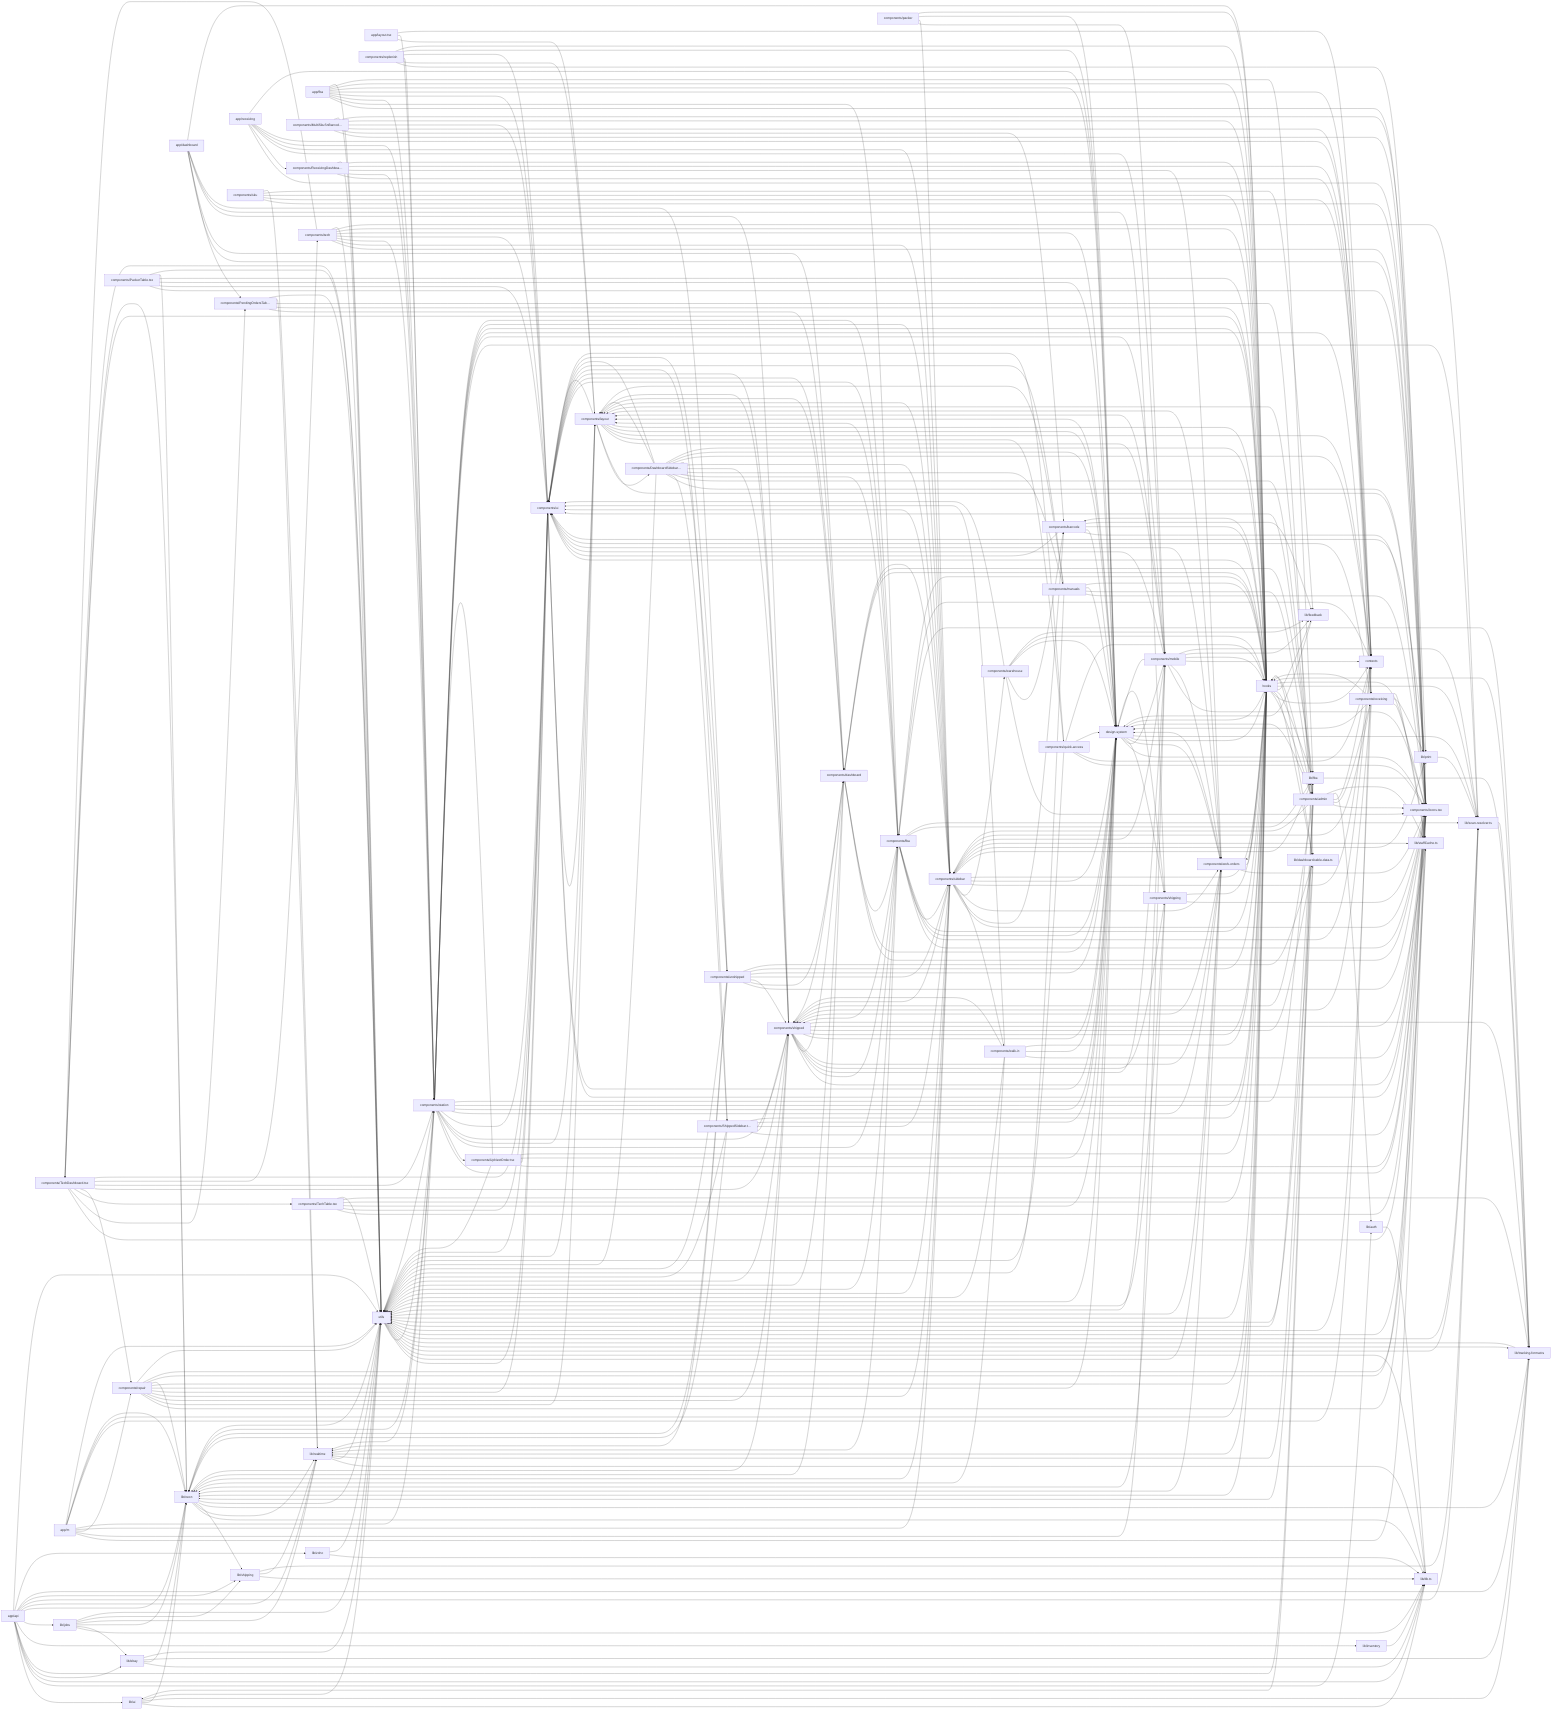
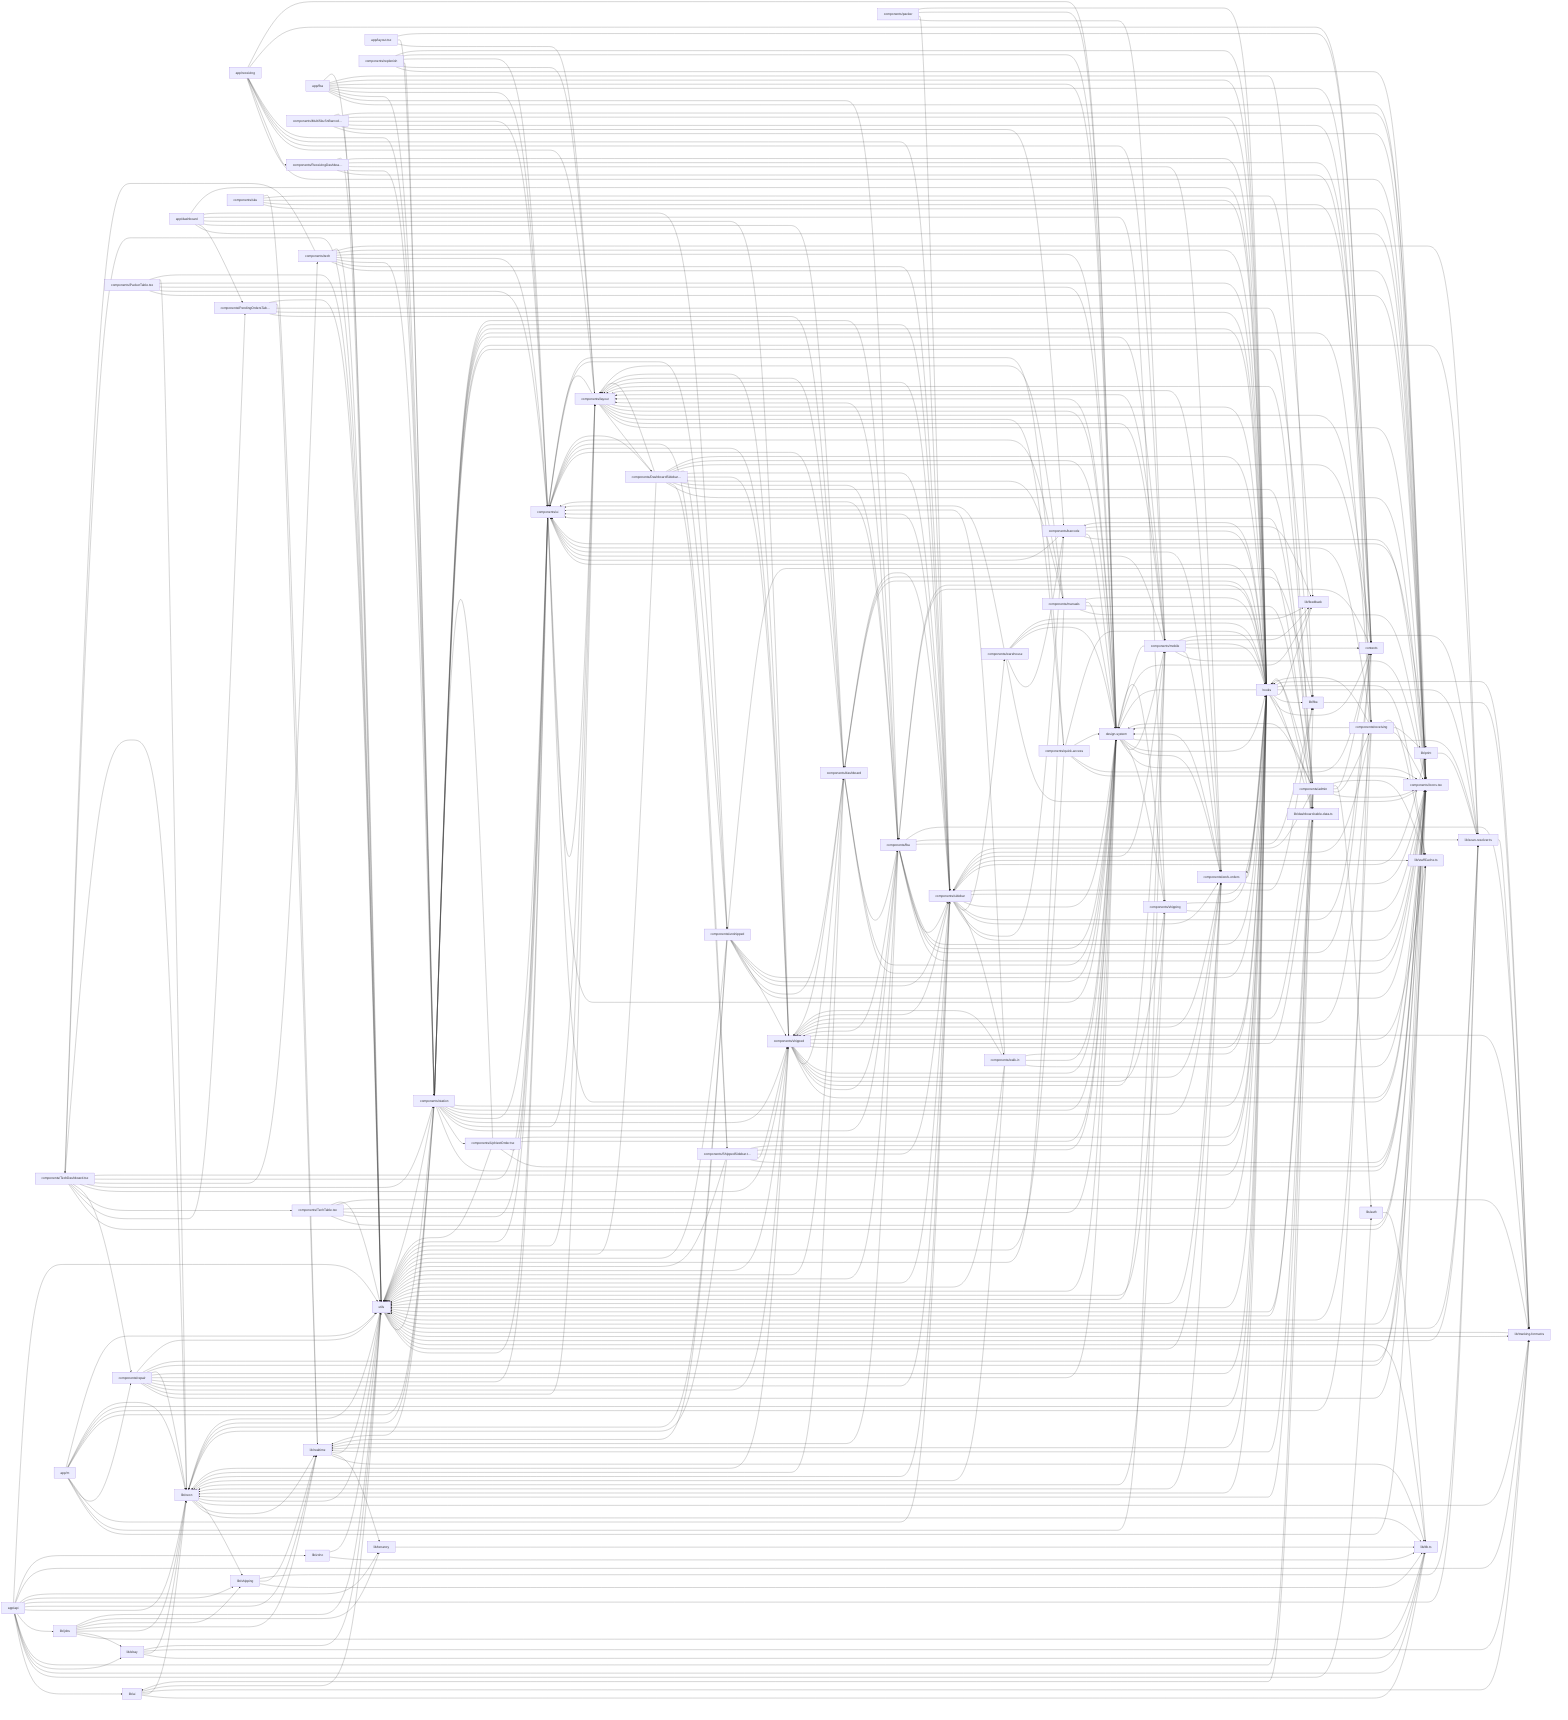
flowchart LR
  app_api["app/api"]
  click app_api "src/app/api/scan-tracking/route.ts" "Open src/app/api/scan-tracking/route.ts"
  hooks["hooks"]
  click hooks "src/hooks/useShippedTableData.ts" "Open src/hooks/useShippedTableData.ts"
  utils["utils"]
  click utils "src/utils/receiving-search-history.ts" "Open src/utils/receiving-search-history.ts"
  components_Icons_tsx["components/Icons.tsx"]
  click components_Icons_tsx "src/components/Icons.tsx" "Open src/components/Icons.tsx"
  design_system["design-system"]
  click design_system "src/design-system/index.ts" "Open src/design-system/index.ts"
  components_sidebar["components/sidebar"]
  click components_sidebar "src/components/sidebar/DeviceModeToggle.tsx" "Open src/components/sidebar/DeviceModeToggle.tsx"
  components_ui["components/ui"]
  click components_ui "src/components/ui/DeleteButton.tsx" "Open src/components/ui/DeleteButton.tsx"
+   components_layout["components/layout"]
+   click components_layout "src/components/layout/OfflineBanner.tsx" "Open src/components/layout/OfflineBanner.tsx"
  lib_db_ts["lib/db.ts"]
  click lib_db_ts "src/lib/db.ts" "Open src/lib/db.ts"
-   components_layout["components/layout"]
-   click components_layout "src/components/layout/OfflineBanner.tsx" "Open src/components/layout/OfflineBanner.tsx"
  components_shipped["components/shipped"]
  click components_shipped "src/components/shipped/DateGroupHeader.tsx" "Open src/components/shipped/DateGroupHeader.tsx"
  lib_neon["lib/neon"]
  click lib_neon "src/lib/neon/serial-units-queries.ts" "Open src/lib/neon/serial-units-queries.ts"
  components_station["components/station"]
  click components_station "src/components/station/BarcodeScanner.tsx" "Open src/components/station/BarcodeScanner.tsx"
  contexts["contexts"]
  click contexts "src/contexts/HeaderContext.tsx" "Open src/contexts/HeaderContext.tsx"
  components_admin["components/admin"]
  click components_admin "src/components/admin/AccessSidebarPanel.tsx" "Open src/components/admin/AccessSidebarPanel.tsx"
  components_fba["components/fba"]
  click components_fba "src/components/fba/FbaShippedTable.tsx" "Open src/components/fba/FbaShippedTable.tsx"
  components_work_orders["components/work-orders"]
  click components_work_orders "src/components/work-orders/WorkOrderInfoStrip.tsx" "Open src/components/work-orders/WorkOrderInfoStrip.tsx"
  components_mobile["components/mobile"]
  click components_mobile "src/components/mobile/ScanSurface.tsx" "Open src/components/mobile/ScanSurface.tsx"
  lib_realtime["lib/realtime"]
  click lib_realtime "src/lib/realtime/db-events.ts" "Open src/lib/realtime/db-events.ts"
  components_receiving["components/receiving"]
  click components_receiving "src/components/receiving/Mode2Unboxing.tsx" "Open src/components/receiving/Mode2Unboxing.tsx"
  components_DashboardSidebar_tsx["components/DashboardSidebar…"]
  click components_DashboardSidebar_tsx "src/components/DashboardSidebar.tsx" "Open src/components/DashboardSidebar.tsx"
  components_repair["components/repair"]
  click components_repair "src/components/repair/SignaturePad.tsx" "Open src/components/repair/SignaturePad.tsx"
  components_dashboard["components/dashboard"]
  click components_dashboard "src/components/dashboard/StockZohoOrdersTable.tsx" "Open src/components/dashboard/StockZohoOrdersTable.tsx"
  lib_scan_resolver_ts["lib/scan-resolver.ts"]
  click lib_scan_resolver_ts "src/lib/scan-resolver.ts" "Open src/lib/scan-resolver.ts"
  lib_tracking_format_ts["lib/tracking-format.ts"]
  click lib_tracking_format_ts "src/lib/tracking-format.ts" "Open src/lib/tracking-format.ts"
  components_TechDashboard_tsx["components/TechDashboard.tsx"]
  click components_TechDashboard_tsx "src/components/TechDashboard.tsx" "Open src/components/TechDashboard.tsx"
  components_unshipped["components/unshipped"]
  click components_unshipped "src/components/unshipped/UnshippedTable.tsx" "Open src/components/unshipped/UnshippedTable.tsx"
  lib_auth["lib/auth"]
  click lib_auth "src/lib/auth/permission-registry.ts" "Open src/lib/auth/permission-registry.ts"
+   lib_jobs["lib/jobs"]
+   click lib_jobs "src/lib/jobs/ebay-sync.ts" "Open src/lib/jobs/ebay-sync.ts"
  components_tech["components/tech"]
  click components_tech "src/components/tech/UpNextActionDock.tsx" "Open src/components/tech/UpNextActionDock.tsx"
-   lib_jobs["lib/jobs"]
-   click lib_jobs "src/lib/jobs/ebay-sync.ts" "Open src/lib/jobs/ebay-sync.ts"
  components_walk_in["components/walk-in"]
  click components_walk_in "src/components/walk-in/SalesDetailsPanel.tsx" "Open src/components/walk-in/SalesDetailsPanel.tsx"
  components_manuals["components/manuals"]
  click components_manuals "src/components/manuals/ManualsLibrarySidebar.tsx" "Open src/components/manuals/ManualsLibrarySidebar.tsx"
  lib_print["lib/print"]
  click lib_print "src/lib/print/printRepairLabel.ts" "Open src/lib/print/printRepairLabel.ts"
  app_fba["app/fba"]
  click app_fba "src/app/fba/page.tsx" "Open src/app/fba/page.tsx"
  app_m["app/m"]
  click app_m "src/app/m/enroll/[token]/page.tsx" "Open src/app/m/enroll/[token]/page.tsx"
  components_ShippedSidebar_tsx["components/ShippedSidebar.t…"]
  click components_ShippedSidebar_tsx "src/components/ShippedSidebar.tsx" "Open src/components/ShippedSidebar.tsx"
  components_quick_access["components/quick-access"]
  click components_quick_access "src/components/quick-access/RecentSection.tsx" "Open src/components/quick-access/RecentSection.tsx"
  components_warehouse["components/warehouse"]
  click components_warehouse "src/components/warehouse/FillBar.tsx" "Open src/components/warehouse/FillBar.tsx"
  components_barcode["components/barcode"]
  click components_barcode "src/components/barcode/SkuInput.tsx" "Open src/components/barcode/SkuInput.tsx"
+   lib_tenancy["lib/tenancy"]
+   click lib_tenancy "src/lib/tenancy/db.test.ts" "Open src/lib/tenancy/db.test.ts"
  lib_ai["lib/ai"]
  click lib_ai "src/lib/ai/date-range.test.ts" "Open src/lib/ai/date-range.test.ts"
  lib_fba["lib/fba"]
  click lib_fba "src/lib/fba/board-item.ts" "Open src/lib/fba/board-item.ts"
+   app_receiving["app/receiving"]
+   click app_receiving "src/app/receiving/page.tsx" "Open src/app/receiving/page.tsx"
  components_PendingOrdersTable_tsx["components/PendingOrdersTab…"]
  click components_PendingOrdersTable_tsx "src/components/PendingOrdersTable.tsx" "Open src/components/PendingOrdersTable.tsx"
  components_shipping["components/shipping"]
  click components_shipping "src/components/shipping/StaffButtonGrid.tsx" "Open src/components/shipping/StaffButtonGrid.tsx"
  lib_dashboard_table_data_ts["lib/dashboard-table-data.ts"]
  click lib_dashboard_table_data_ts "src/lib/dashboard-table-data.ts" "Open src/lib/dashboard-table-data.ts"
  lib_shipping["lib/shipping"]
  click lib_shipping "src/lib/shipping/repository.ts" "Open src/lib/shipping/repository.ts"
  app_layout_tsx["app/layout.tsx"]
  click app_layout_tsx "src/app/layout.tsx" "Open src/app/layout.tsx"
  app_dashboard["app/dashboard"]
  click app_dashboard "src/app/dashboard/page.tsx" "Open src/app/dashboard/page.tsx"
-   app_receiving["app/receiving"]
-   click app_receiving "src/app/receiving/page.tsx" "Open src/app/receiving/page.tsx"
  components_MultiSkuSnBarcode_tsx["components/MultiSkuSnBarcod…"]
  click components_MultiSkuSnBarcode_tsx "src/components/MultiSkuSnBarcode.tsx" "Open src/components/MultiSkuSnBarcode.tsx"
  components_UpNextOrder_tsx["components/UpNextOrder.tsx"]
  click components_UpNextOrder_tsx "src/components/UpNextOrder.tsx" "Open src/components/UpNextOrder.tsx"
  components_TechTable_tsx["components/TechTable.tsx"]
  click components_TechTable_tsx "src/components/TechTable.tsx" "Open src/components/TechTable.tsx"
  components_PackerTable_tsx["components/PackerTable.tsx"]
  click components_PackerTable_tsx "src/components/PackerTable.tsx" "Open src/components/PackerTable.tsx"
  components_ReceivingDashboard_tsx["components/ReceivingDashboa…"]
  click components_ReceivingDashboard_tsx "src/components/ReceivingDashboard.tsx" "Open src/components/ReceivingDashboard.tsx"
  components_replenish["components/replenish"]
  click components_replenish "src/components/replenish/ReplenishmentReceivingTab.tsx" "Open src/components/replenish/ReplenishmentReceivingTab.tsx"
  components_sku["components/sku"]
  click components_sku "src/components/sku/BinRowDetailsSheet.tsx" "Open src/components/sku/BinRowDetailsSheet.tsx"
  components_packer["components/packer"]
  click components_packer "src/components/packer/PackerPageContent.tsx" "Open src/components/packer/PackerPageContent.tsx"
  lib_staffCache_ts["lib/staffCache.ts"]
  click lib_staffCache_ts "src/lib/staffCache.ts" "Open src/lib/staffCache.ts"
  lib_zoho["lib/zoho"]
  click lib_zoho "src/lib/zoho/mock.ts" "Open src/lib/zoho/mock.ts"
  lib_ebay["lib/ebay"]
  click lib_ebay "src/lib/ebay/token-refresh.ts" "Open src/lib/ebay/token-refresh.ts"
  lib_feedback["lib/feedback"]
  click lib_feedback "src/lib/feedback/confirm.ts" "Open src/lib/feedback/confirm.ts"
-   lib_inventory["lib/inventory"]
-   click lib_inventory "src/lib/inventory/internal-gtin.ts" "Open src/lib/inventory/internal-gtin.ts"
  app_api --> lib_ai
  app_api --> lib_auth
  app_api --> lib_db_ts
  app_api --> lib_ebay
  app_api --> lib_fba
-   app_api --> lib_inventory
  app_api --> lib_jobs
  app_api --> lib_neon
  app_api --> lib_realtime
  app_api --> lib_scan_resolver_ts
  app_api --> lib_shipping
+   app_api --> lib_tenancy
  app_api --> lib_tracking_format_ts
  app_api --> lib_zoho
  app_api --> utils
  app_dashboard --> components_Icons_tsx
  app_dashboard --> components_PendingOrdersTable_tsx
  app_dashboard --> components_dashboard
  app_dashboard --> components_shipped
  app_dashboard --> components_shipping
  app_dashboard --> components_unshipped
  app_dashboard --> hooks
  app_fba --> components_Icons_tsx
  app_fba --> components_fba
  app_fba --> components_station
  app_fba --> components_ui
  app_fba --> contexts
  app_fba --> design_system
  app_fba --> hooks
  app_fba --> lib_fba
  app_fba --> utils
  app_layout_tsx --> components_layout
  app_layout_tsx --> components_station
  app_layout_tsx --> contexts
  app_m --> components_Icons_tsx
  app_m --> components_mobile
  app_m --> components_repair
  app_m --> components_sidebar
  app_m --> components_station
  app_m --> contexts
  app_m --> hooks
  app_m --> lib_neon
  app_m --> utils
  app_receiving --> components_Icons_tsx
  app_receiving --> components_ReceivingDashboard_tsx
+   app_receiving --> components_layout
  app_receiving --> components_mobile
  app_receiving --> components_sidebar
  app_receiving --> components_station
  app_receiving --> contexts
  app_receiving --> design_system
  components_DashboardSidebar_tsx --> components_Icons_tsx
  components_DashboardSidebar_tsx --> components_ShippedSidebar_tsx
  components_DashboardSidebar_tsx --> components_admin
  components_DashboardSidebar_tsx --> components_fba
  components_DashboardSidebar_tsx --> components_layout
  components_DashboardSidebar_tsx --> components_manuals
  components_DashboardSidebar_tsx --> components_shipped
  components_DashboardSidebar_tsx --> components_sidebar
  components_DashboardSidebar_tsx --> components_ui
  components_DashboardSidebar_tsx --> components_unshipped
  components_DashboardSidebar_tsx --> contexts
  components_DashboardSidebar_tsx --> design_system
  components_DashboardSidebar_tsx --> hooks
  components_DashboardSidebar_tsx --> utils
  components_MultiSkuSnBarcode_tsx --> components_Icons_tsx
  components_MultiSkuSnBarcode_tsx --> components_barcode
  components_MultiSkuSnBarcode_tsx --> components_receiving
  components_MultiSkuSnBarcode_tsx --> components_ui
  components_MultiSkuSnBarcode_tsx --> hooks
  components_MultiSkuSnBarcode_tsx --> lib_print
  components_MultiSkuSnBarcode_tsx --> utils
  components_PackerTable_tsx --> components_Icons_tsx
  components_PackerTable_tsx --> components_ui
  components_PackerTable_tsx --> design_system
  components_PackerTable_tsx --> hooks
  components_PackerTable_tsx --> lib_neon
  components_PackerTable_tsx --> utils
  components_PendingOrdersTable_tsx --> components_dashboard
  components_PendingOrdersTable_tsx --> hooks
  components_PendingOrdersTable_tsx --> lib_dashboard_table_data_ts
  components_PendingOrdersTable_tsx --> lib_realtime
  components_PendingOrdersTable_tsx --> utils
  components_ReceivingDashboard_tsx --> components_receiving
  components_ReceivingDashboard_tsx --> components_station
  components_ReceivingDashboard_tsx --> components_work_orders
  components_ReceivingDashboard_tsx --> contexts
  components_ReceivingDashboard_tsx --> hooks
  components_ReceivingDashboard_tsx --> utils
  components_ShippedSidebar_tsx --> components_Icons_tsx
  components_ShippedSidebar_tsx --> components_shipped
  components_ShippedSidebar_tsx --> components_sidebar
  components_ShippedSidebar_tsx --> components_ui
  components_ShippedSidebar_tsx --> design_system
  components_ShippedSidebar_tsx --> hooks
  components_ShippedSidebar_tsx --> lib_neon
  components_ShippedSidebar_tsx --> utils
  components_TechDashboard_tsx --> components_Icons_tsx
  components_TechDashboard_tsx --> components_PendingOrdersTable_tsx
  components_TechDashboard_tsx --> components_TechTable_tsx
  components_TechDashboard_tsx --> components_repair
  components_TechDashboard_tsx --> components_shipped
  components_TechDashboard_tsx --> components_station
  components_TechDashboard_tsx --> components_tech
  components_TechDashboard_tsx --> components_ui
  components_TechDashboard_tsx --> hooks
  components_TechDashboard_tsx --> lib_neon
  components_TechDashboard_tsx --> utils
  components_TechTable_tsx --> components_Icons_tsx
  components_TechTable_tsx --> components_ui
  components_TechTable_tsx --> design_system
  components_TechTable_tsx --> hooks
  components_TechTable_tsx --> lib_tracking_format_ts
  components_TechTable_tsx --> utils
  components_UpNextOrder_tsx --> components_Icons_tsx
  components_UpNextOrder_tsx --> components_station
  components_UpNextOrder_tsx --> components_ui
  components_UpNextOrder_tsx --> design_system
  components_UpNextOrder_tsx --> hooks
  components_UpNextOrder_tsx --> utils
  components_admin --> components_Icons_tsx
  components_admin --> components_layout
  components_admin --> components_receiving
  components_admin --> components_shipped
  components_admin --> components_sidebar
  components_admin --> components_ui
  components_admin --> contexts
  components_admin --> design_system
  components_admin --> hooks
  components_admin --> lib_ai
  components_admin --> lib_auth
  components_admin --> lib_realtime
  components_admin --> lib_staffCache_ts
  components_admin --> utils
  components_barcode --> components_Icons_tsx
  components_barcode --> components_ui
  components_barcode --> design_system
  components_barcode --> hooks
  components_barcode --> lib_feedback
  components_dashboard --> components_Icons_tsx
  components_dashboard --> components_fba
  components_dashboard --> components_layout
  components_dashboard --> components_shipped
  components_dashboard --> components_ui
  components_dashboard --> design_system
  components_dashboard --> hooks
  components_dashboard --> lib_fba
  components_dashboard --> lib_neon
  components_dashboard --> utils
  components_fba --> components_Icons_tsx
  components_fba --> components_layout
  components_fba --> components_shipped
  components_fba --> components_sidebar
  components_fba --> components_station
  components_fba --> components_ui
  components_fba --> contexts
  components_fba --> design_system
  components_fba --> hooks
  components_fba --> lib_fba
  components_fba --> lib_realtime
  components_fba --> lib_scan_resolver_ts
  components_fba --> lib_tracking_format_ts
  components_fba --> utils
  components_layout --> components_DashboardSidebar_tsx
  components_layout --> components_Icons_tsx
  components_layout --> components_mobile
  components_layout --> components_quick_access
  components_layout --> components_ui
  components_layout --> contexts
  components_layout --> design_system
  components_layout --> hooks
  components_layout --> utils
  components_manuals --> components_Icons_tsx
  components_manuals --> components_admin
  components_manuals --> components_layout
  components_manuals --> components_ui
  components_manuals --> design_system
  components_manuals --> hooks
  components_manuals --> utils
  components_mobile --> components_Icons_tsx
  components_mobile --> components_layout
  components_mobile --> components_sidebar
  components_mobile --> components_station
  components_mobile --> components_ui
  components_mobile --> components_work_orders
  components_mobile --> contexts
  components_mobile --> design_system
  components_mobile --> hooks
  components_mobile --> lib_feedback
  components_mobile --> lib_scan_resolver_ts
  components_mobile --> utils
  components_packer --> components_mobile
  components_packer --> components_sidebar
  components_packer --> design_system
  components_packer --> hooks
  components_quick_access --> components_Icons_tsx
  components_quick_access --> components_ui
  components_quick_access --> contexts
  components_quick_access --> design_system
  components_quick_access --> hooks
  components_quick_access --> utils
  components_receiving --> components_Icons_tsx
  components_receiving --> components_shipped
  components_receiving --> components_sidebar
  components_receiving --> components_station
  components_receiving --> components_ui
  components_receiving --> design_system
  components_receiving --> hooks
  components_receiving --> lib_print
  components_receiving --> lib_staffCache_ts
  components_receiving --> utils
  components_repair --> components_Icons_tsx
  components_repair --> components_layout
  components_repair --> components_shipped
  components_repair --> components_sidebar
  components_repair --> components_ui
  components_repair --> design_system
  components_repair --> hooks
  components_repair --> lib_neon
  components_repair --> lib_print
  components_repair --> lib_staffCache_ts
  components_repair --> utils
  components_replenish --> components_Icons_tsx
  components_replenish --> components_layout
  components_replenish --> components_station
  components_replenish --> components_ui
  components_replenish --> design_system
  components_replenish --> hooks
  components_shipped --> components_Icons_tsx
  components_shipped --> components_dashboard
  components_shipped --> components_fba
  components_shipped --> components_layout
  components_shipped --> components_mobile
  components_shipped --> components_shipping
  components_shipped --> components_ui
  components_shipped --> components_work_orders
  components_shipped --> design_system
  components_shipped --> hooks
  components_shipped --> lib_dashboard_table_data_ts
  components_shipped --> lib_neon
  components_shipped --> lib_staffCache_ts
  components_shipped --> lib_tracking_format_ts
  components_shipped --> utils
  components_shipping --> components_Icons_tsx
  components_shipping --> design_system
  components_shipping --> hooks
  components_shipping --> lib_neon
  components_shipping --> utils
  components_sidebar --> components_Icons_tsx
  components_sidebar --> components_barcode
  components_sidebar --> components_dashboard
  components_sidebar --> components_layout
  components_sidebar --> components_shipped
  components_sidebar --> components_station
  components_sidebar --> components_ui
  components_sidebar --> components_walk_in
  components_sidebar --> components_warehouse
  components_sidebar --> components_work_orders
  components_sidebar --> contexts
  components_sidebar --> design_system
  components_sidebar --> hooks
  components_sidebar --> lib_fba
  components_sidebar --> lib_neon
  components_sidebar --> lib_print
  components_sidebar --> lib_staffCache_ts
  components_sidebar --> utils
  components_sku --> components_Icons_tsx
  components_sku --> contexts
  components_sku --> hooks
  components_sku --> lib_feedback
  components_sku --> lib_realtime
  components_station --> components_Icons_tsx
  components_station --> components_UpNextOrder_tsx
  components_station --> components_fba
  components_station --> components_layout
  components_station --> components_shipped
  components_station --> components_ui
  components_station --> components_work_orders
  components_station --> design_system
  components_station --> hooks
  components_station --> lib_fba
  components_station --> lib_neon
  components_station --> lib_realtime
  components_station --> lib_scan_resolver_ts
  components_station --> utils
  components_tech --> components_Icons_tsx
  components_tech --> components_TechDashboard_tsx
  components_tech --> components_sidebar
  components_tech --> components_station
  components_tech --> components_ui
  components_tech --> design_system
  components_tech --> hooks
  components_tech --> lib_scan_resolver_ts
  components_tech --> utils
  components_ui --> components_Icons_tsx
  components_ui --> components_layout
  components_ui --> design_system
  components_ui --> hooks
  components_ui --> utils
  components_unshipped --> components_Icons_tsx
  components_unshipped --> components_dashboard
  components_unshipped --> components_shipped
  components_unshipped --> components_sidebar
  components_unshipped --> components_ui
  components_unshipped --> design_system
  components_unshipped --> hooks
  components_unshipped --> lib_dashboard_table_data_ts
  components_unshipped --> lib_neon
  components_unshipped --> lib_realtime
  components_unshipped --> utils
  components_walk_in --> components_Icons_tsx
  components_walk_in --> components_shipped
  components_walk_in --> components_ui
  components_walk_in --> design_system
  components_walk_in --> hooks
  components_walk_in --> lib_neon
  components_walk_in --> utils
  components_warehouse --> components_Icons_tsx
  components_warehouse --> components_barcode
  components_warehouse --> components_ui
  components_warehouse --> design_system
  components_warehouse --> hooks
  components_warehouse --> lib_feedback
  components_work_orders --> components_Icons_tsx
  components_work_orders --> components_layout
  components_work_orders --> components_shipped
  components_work_orders --> components_ui
  components_work_orders --> design_system
  components_work_orders --> hooks
  components_work_orders --> lib_neon
  components_work_orders --> utils
  contexts --> components_fba
  design_system --> components_Icons_tsx
  design_system --> components_layout
  design_system --> components_mobile
  design_system --> components_shipping
  design_system --> components_work_orders
  design_system --> hooks
  design_system --> lib_scan_resolver_ts
  design_system --> utils
  hooks --> components_admin
  hooks --> components_barcode
  hooks --> components_fba
  hooks --> components_station
  hooks --> components_work_orders
  hooks --> contexts
  hooks --> design_system
  hooks --> lib_dashboard_table_data_ts
  hooks --> lib_fba
  hooks --> lib_feedback
  hooks --> lib_neon
  hooks --> lib_realtime
  hooks --> lib_scan_resolver_ts
  hooks --> lib_staffCache_ts
  hooks --> lib_tracking_format_ts
  hooks --> utils
  lib_ai --> lib_db_ts
  lib_ai --> lib_neon
  lib_ai --> lib_tracking_format_ts
  lib_ai --> utils
  lib_auth --> lib_db_ts
  lib_dashboard_table_data_ts --> hooks
  lib_dashboard_table_data_ts --> lib_neon
  lib_dashboard_table_data_ts --> utils
  lib_ebay --> lib_db_ts
  lib_ebay --> lib_neon
  lib_ebay --> lib_tracking_format_ts
  lib_ebay --> utils
  lib_fba --> lib_tracking_format_ts
  lib_feedback --> design_system
-   lib_inventory --> lib_db_ts
  lib_jobs --> lib_db_ts
  lib_jobs --> lib_ebay
  lib_jobs --> lib_neon
  lib_jobs --> lib_realtime
  lib_jobs --> lib_shipping
+   lib_jobs --> lib_tenancy
  lib_jobs --> utils
  lib_neon --> lib_db_ts
  lib_neon --> lib_realtime
  lib_neon --> lib_shipping
  lib_neon --> lib_tracking_format_ts
  lib_neon --> utils
  lib_print --> components_ui
  lib_print --> lib_scan_resolver_ts
  lib_realtime --> lib_db_ts
+   lib_realtime --> lib_tenancy
  lib_realtime --> utils
  lib_scan_resolver_ts --> lib_tracking_format_ts
  lib_scan_resolver_ts --> utils
  lib_shipping --> lib_db_ts
  lib_shipping --> lib_realtime
  lib_shipping --> lib_scan_resolver_ts
  lib_staffCache_ts --> utils
+   lib_tenancy --> lib_db_ts
  lib_tracking_format_ts --> utils
  lib_zoho --> lib_db_ts
  lib_zoho --> utils
  utils --> components_station
  utils --> components_ui
  utils --> components_work_orders
  utils --> lib_db_ts
  utils --> lib_neon
  utils --> lib_scan_resolver_ts
  utils --> lib_tracking_format_ts
  %% truncated: 153 more groups not shown